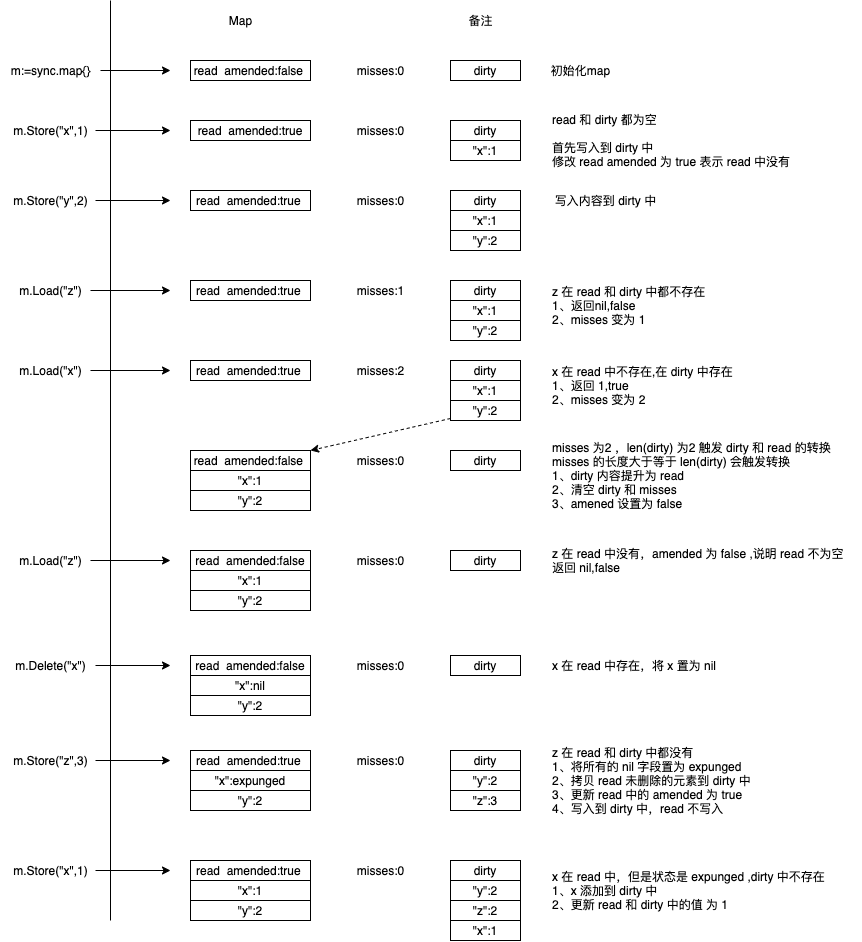
This is img/golang/go-sync-map-diagram.png from boilingfrog/boilingfrog.github.io, a draw.io export, as it was before one commit. Source tidied: cells renumbered, new cells last; positions are measured from the earlier drawing's top-left corner, leaving out a move shared by most shapes.
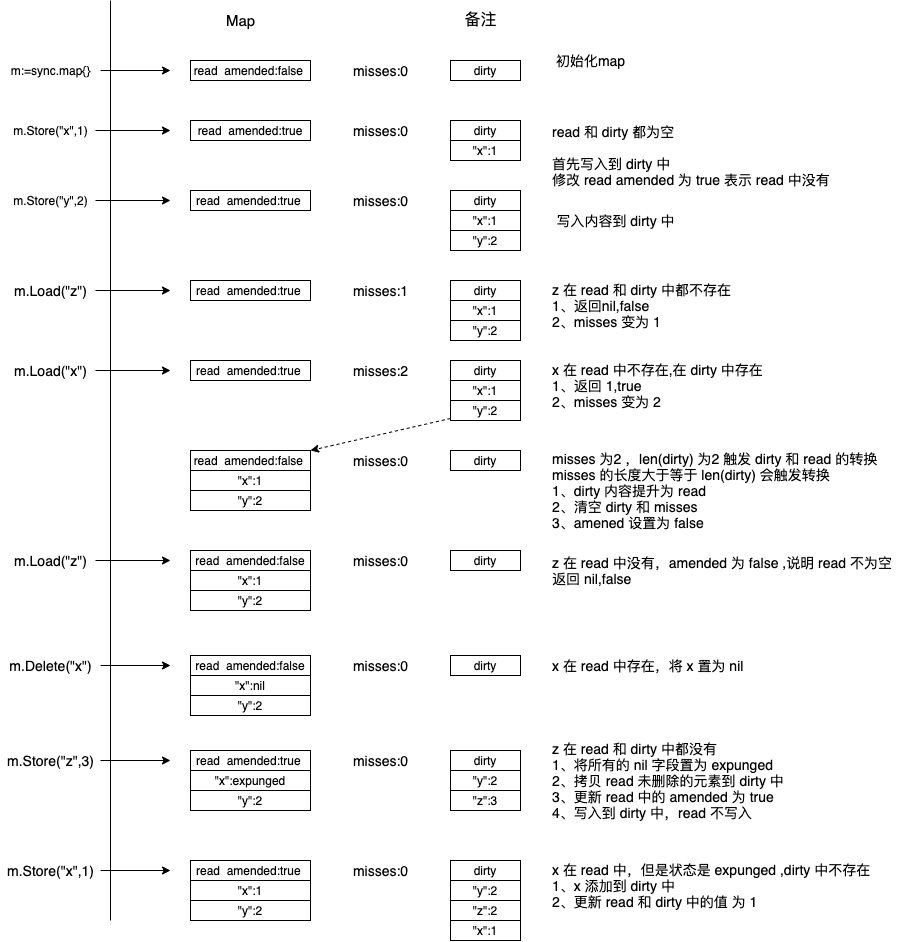
After the commit.

Commit message:
feat: go 中的 sync.Map 源码刨铣

What changed in the source:
```diff
@@ -10,7 +10,7 @@
     </mxCell>
-    <mxCell id="3" value="Map" style="text;html=1;align=center;verticalAlign=middle;strokeColor=none;fillColor=none;" parent="1" vertex="1">
+    <mxCell id="3" value="&lt;font style=&quot;font-size: 15px&quot;&gt;Map&lt;/font&gt;" style="text;html=1;align=center;verticalAlign=middle;strokeColor=none;fillColor=none;" parent="1" vertex="1">
       <mxGeometry x="220" y="10" width="40" height="20" as="geometry" />
     </mxCell>
-    <mxCell id="4" value="备注" style="text;html=1;align=center;verticalAlign=middle;strokeColor=none;fillColor=none;" parent="1" vertex="1">
-      <mxGeometry x="460" y="10" width="40" height="20" as="geometry" />
+    <mxCell id="4" value="&lt;font style=&quot;font-size: 16px&quot;&gt;备注&lt;/font&gt;" style="text;html=1;align=center;verticalAlign=middle;strokeColor=none;fillColor=none;" parent="1" vertex="1">
+      <mxGeometry x="455" y="10" width="50" height="20" as="geometry" />
     </mxCell>
@@ -27,4 +27,4 @@
     </mxCell>
-    <mxCell id="8" value="misses:0" style="text;html=1;align=center;verticalAlign=middle;strokeColor=none;fillColor=none;fontSize=12;" parent="1" vertex="1">
-      <mxGeometry x="350" y="60" width="60" height="20" as="geometry" />
+    <mxCell id="8" value="&lt;font style=&quot;font-size: 14px&quot;&gt;misses:0&lt;/font&gt;" style="text;html=1;align=center;verticalAlign=middle;strokeColor=none;fillColor=none;fontSize=12;" parent="1" vertex="1">
+      <mxGeometry x="345" y="60" width="70" height="20" as="geometry" />
     </mxCell>
@@ -44,4 +44,4 @@
     </mxCell>
-    <mxCell id="13" value="misses:0" style="text;html=1;align=center;verticalAlign=middle;strokeColor=none;fillColor=none;fontSize=12;" parent="1" vertex="1">
-      <mxGeometry x="350" y="120" width="60" height="20" as="geometry" />
+    <mxCell id="13" value="&lt;font style=&quot;font-size: 14px&quot;&gt;misses:0&lt;/font&gt;" style="text;html=1;align=center;verticalAlign=middle;strokeColor=none;fillColor=none;fontSize=12;" parent="1" vertex="1">
+      <mxGeometry x="345" y="120" width="70" height="20" as="geometry" />
     </mxCell>
@@ -61,4 +61,4 @@
     </mxCell>
-    <mxCell id="18" value="misses:0" style="text;html=1;align=center;verticalAlign=middle;strokeColor=none;fillColor=none;fontSize=12;" parent="1" vertex="1">
-      <mxGeometry x="350" y="190" width="60" height="20" as="geometry" />
+    <mxCell id="18" value="&lt;font style=&quot;font-size: 14px&quot;&gt;misses:0&lt;/font&gt;" style="text;html=1;align=center;verticalAlign=middle;strokeColor=none;fillColor=none;fontSize=12;" parent="1" vertex="1">
+      <mxGeometry x="345" y="190" width="70" height="20" as="geometry" />
     </mxCell>
@@ -67,7 +67,7 @@
     </mxCell>
-    <mxCell id="20" value="初始化map" style="text;html=1;align=center;verticalAlign=middle;strokeColor=none;fillColor=none;fontSize=12;" parent="1" vertex="1">
-      <mxGeometry x="545" y="60" width="70" height="20" as="geometry" />
+    <mxCell id="20" value="&lt;font style=&quot;font-size: 14px&quot;&gt;初始化map&lt;/font&gt;" style="text;html=1;align=center;verticalAlign=middle;strokeColor=none;fillColor=none;fontSize=12;" parent="1" vertex="1">
+      <mxGeometry x="550" y="50" width="80" height="20" as="geometry" />
     </mxCell>
-    <mxCell id="21" value="read 和 dirty 都为空&lt;br&gt;&lt;br&gt;首先写入到 dirty 中&lt;br&gt;修改 read amended 为 true 表示 read 中没有" style="text;html=1;align=left;verticalAlign=middle;strokeColor=none;fillColor=none;fontSize=12;" parent="1" vertex="1">
-      <mxGeometry x="550" y="110" width="250" height="60" as="geometry" />
+    <mxCell id="21" value="&lt;font style=&quot;font-size: 14px&quot;&gt;read 和 dirty 都为空&lt;br&gt;&lt;br&gt;首先写入到 dirty 中&lt;br&gt;修改 read amended 为 true 表示 read 中没有&lt;/font&gt;" style="text;html=1;align=left;verticalAlign=middle;strokeColor=none;fillColor=none;fontSize=12;" parent="1" vertex="1">
+      <mxGeometry x="550" y="120" width="290" height="70" as="geometry" />
     </mxCell>
@@ -82,4 +82,4 @@
     </mxCell>
-    <mxCell id="25" value="写入内容到 dirty 中" style="text;html=1;align=center;verticalAlign=middle;strokeColor=none;fillColor=none;fontSize=12;" parent="1" vertex="1">
-      <mxGeometry x="545" y="190" width="120" height="20" as="geometry" />
+    <mxCell id="25" value="&lt;font style=&quot;font-size: 14px&quot;&gt;写入内容到 dirty 中&lt;/font&gt;" style="text;html=1;align=center;verticalAlign=middle;strokeColor=none;fillColor=none;fontSize=12;" parent="1" vertex="1">
+      <mxGeometry x="550" y="210" width="130" height="20" as="geometry" />
     </mxCell>
@@ -90,4 +90,4 @@
     </mxCell>
-    <mxCell id="27" value="m.Load(&quot;z&quot;)" style="text;html=1;align=center;verticalAlign=middle;points=[];strokeColor=none;fillColor=none;" parent="1" vertex="1">
-      <mxGeometry x="10" y="280" width="80" height="20" as="geometry" />
+    <mxCell id="27" value="&lt;font style=&quot;font-size: 14px&quot;&gt;m.Load(&quot;z&quot;)&lt;/font&gt;" style="text;html=1;align=center;verticalAlign=middle;points=[];strokeColor=none;fillColor=none;" parent="1" vertex="1">
+      <mxGeometry x="5" y="280" width="90" height="20" as="geometry" />
     </mxCell>
@@ -96,4 +96,4 @@
     </mxCell>
-    <mxCell id="29" value="misses:1" style="text;html=1;align=center;verticalAlign=middle;strokeColor=none;fillColor=none;fontSize=12;" parent="1" vertex="1">
-      <mxGeometry x="350" y="280" width="60" height="20" as="geometry" />
+    <mxCell id="29" value="&lt;font style=&quot;font-size: 14px&quot;&gt;misses:1&lt;/font&gt;" style="text;html=1;align=center;verticalAlign=middle;strokeColor=none;fillColor=none;fontSize=12;" parent="1" vertex="1">
+      <mxGeometry x="345" y="280" width="70" height="20" as="geometry" />
     </mxCell>
@@ -108,4 +108,4 @@
     </mxCell>
-    <mxCell id="33" value="z 在 read 和 dirty 中都不存在&amp;nbsp;&lt;br&gt;1、返回nil,false&lt;br&gt;2、misses 变为 1" style="text;html=1;align=left;verticalAlign=middle;strokeColor=none;fillColor=none;fontSize=12;" parent="1" vertex="1">
-      <mxGeometry x="550" y="280" width="170" height="50" as="geometry" />
+    <mxCell id="33" value="&lt;font style=&quot;font-size: 14px&quot;&gt;z 在 read 和 dirty 中都不存在&amp;nbsp;&lt;br&gt;1、返回nil,false&lt;br&gt;2、misses 变为 1&lt;/font&gt;" style="text;html=1;align=left;verticalAlign=middle;strokeColor=none;fillColor=none;fontSize=12;" parent="1" vertex="1">
+      <mxGeometry x="550" y="280" width="200" height="50" as="geometry" />
     </mxCell>
@@ -116,4 +116,4 @@
     </mxCell>
-    <mxCell id="35" value="m.Load(&quot;x&quot;)" style="text;html=1;align=center;verticalAlign=middle;points=[];strokeColor=none;fillColor=none;" parent="1" vertex="1">
-      <mxGeometry x="10" y="360" width="80" height="20" as="geometry" />
+    <mxCell id="35" value="&lt;font style=&quot;font-size: 14px&quot;&gt;m.Load(&quot;x&quot;)&lt;/font&gt;" style="text;html=1;align=center;verticalAlign=middle;points=[];strokeColor=none;fillColor=none;" parent="1" vertex="1">
+      <mxGeometry x="5" y="360" width="90" height="20" as="geometry" />
     </mxCell>
@@ -122,4 +122,4 @@
     </mxCell>
-    <mxCell id="37" value="misses:2" style="text;html=1;align=center;verticalAlign=middle;strokeColor=none;fillColor=none;fontSize=12;" parent="1" vertex="1">
-      <mxGeometry x="350" y="360" width="60" height="20" as="geometry" />
+    <mxCell id="37" value="&lt;font style=&quot;font-size: 14px&quot;&gt;misses:2&lt;/font&gt;" style="text;html=1;align=center;verticalAlign=middle;strokeColor=none;fillColor=none;fontSize=12;" parent="1" vertex="1">
+      <mxGeometry x="345" y="360" width="70" height="20" as="geometry" />
     </mxCell>
@@ -137,4 +137,4 @@
     </mxCell>
-    <mxCell id="42" value="x 在 read 中不存在,在 dirty 中存在&amp;nbsp;&lt;br&gt;1、返回 1,true&lt;br&gt;2、misses 变为 2" style="text;html=1;align=left;verticalAlign=middle;strokeColor=none;fillColor=none;fontSize=12;" parent="1" vertex="1">
-      <mxGeometry x="550" y="360" width="200" height="50" as="geometry" />
+    <mxCell id="42" value="&lt;font style=&quot;font-size: 14px&quot;&gt;x 在 read 中不存在,在 dirty 中存在&amp;nbsp;&lt;br&gt;1、返回 1,true&lt;br&gt;2、misses 变为 2&lt;/font&gt;" style="text;html=1;align=left;verticalAlign=middle;strokeColor=none;fillColor=none;fontSize=12;" parent="1" vertex="1">
+      <mxGeometry x="550" y="360" width="230" height="50" as="geometry" />
     </mxCell>
@@ -143,4 +143,4 @@
     </mxCell>
-    <mxCell id="44" value="misses:0" style="text;html=1;align=center;verticalAlign=middle;strokeColor=none;fillColor=none;fontSize=12;" parent="1" vertex="1">
-      <mxGeometry x="350" y="450" width="60" height="20" as="geometry" />
+    <mxCell id="44" value="&lt;font style=&quot;font-size: 14px&quot;&gt;misses:0&lt;/font&gt;" style="text;html=1;align=center;verticalAlign=middle;strokeColor=none;fillColor=none;fontSize=12;" parent="1" vertex="1">
+      <mxGeometry x="345" y="450" width="70" height="20" as="geometry" />
     </mxCell>
@@ -149,4 +149,4 @@
     </mxCell>
-    <mxCell id="46" value="misses 为2 ，len(dirty) 为2 触发 dirty 和 read 的转换&lt;br&gt;misses 的长度大于等于 len(dirty) 会触发转换&lt;br&gt;1、dirty 内容提升为 read&lt;br&gt;2、清空 dirty 和 misses&amp;nbsp;&lt;br&gt;3、amened 设置为 false" style="text;html=1;align=left;verticalAlign=middle;strokeColor=none;fillColor=none;fontSize=12;" parent="1" vertex="1">
-      <mxGeometry x="550" y="435" width="290" height="80" as="geometry" />
+    <mxCell id="46" value="&lt;font style=&quot;font-size: 14px&quot;&gt;misses 为2 ，len(dirty) 为2 触发 dirty 和 read 的转换&lt;br&gt;misses 的长度大于等于 len(dirty) 会触发转换&lt;br&gt;1、dirty 内容提升为 read&lt;br&gt;2、清空 dirty 和 misses&amp;nbsp;&lt;br&gt;3、amened 设置为 false&lt;/font&gt;" style="text;html=1;align=left;verticalAlign=middle;strokeColor=none;fillColor=none;fontSize=12;" parent="1" vertex="1">
+      <mxGeometry x="550" y="450" width="340" height="80" as="geometry" />
     </mxCell>
@@ -163,4 +163,4 @@
     </mxCell>
-    <mxCell id="50" value="m.Load(&quot;z&quot;)" style="text;html=1;align=center;verticalAlign=middle;points=[];strokeColor=none;fillColor=none;" parent="1" vertex="1">
-      <mxGeometry x="10" y="550" width="80" height="20" as="geometry" />
+    <mxCell id="50" value="&lt;font style=&quot;font-size: 14px&quot;&gt;m.Load(&quot;z&quot;)&lt;/font&gt;" style="text;html=1;align=center;verticalAlign=middle;points=[];strokeColor=none;fillColor=none;" parent="1" vertex="1">
+      <mxGeometry x="5" y="550" width="90" height="20" as="geometry" />
     </mxCell>
@@ -169,4 +169,4 @@
     </mxCell>
-    <mxCell id="52" value="misses:0" style="text;html=1;align=center;verticalAlign=middle;strokeColor=none;fillColor=none;fontSize=12;" parent="1" vertex="1">
-      <mxGeometry x="350" y="550" width="60" height="20" as="geometry" />
+    <mxCell id="52" value="&lt;font style=&quot;font-size: 14px&quot;&gt;misses:0&lt;/font&gt;" style="text;html=1;align=center;verticalAlign=middle;strokeColor=none;fillColor=none;fontSize=12;" parent="1" vertex="1">
+      <mxGeometry x="345" y="550" width="70" height="20" as="geometry" />
     </mxCell>
@@ -175,4 +175,4 @@
     </mxCell>
-    <mxCell id="54" value="z 在 read 中没有，amended 为 false ,说明 read 不为空&lt;br&gt;返回 nil,false" style="text;html=1;align=left;verticalAlign=middle;strokeColor=none;fillColor=none;fontSize=12;" parent="1" vertex="1">
-      <mxGeometry x="550" y="545" width="310" height="30" as="geometry" />
+    <mxCell id="54" value="&lt;font style=&quot;font-size: 14px&quot;&gt;z 在 read 中没有，amended 为 false ,说明 read 不为空&lt;br&gt;返回 nil,false&lt;/font&gt;" style="text;html=1;align=left;verticalAlign=middle;strokeColor=none;fillColor=none;fontSize=12;" parent="1" vertex="1">
+      <mxGeometry x="550" y="550" width="360" height="40" as="geometry" />
     </mxCell>
@@ -189,4 +189,4 @@
     </mxCell>
-    <mxCell id="58" value="m.Delete(&quot;x&quot;)" style="text;html=1;align=center;verticalAlign=middle;points=[];strokeColor=none;fillColor=none;" parent="1" vertex="1">
-      <mxGeometry x="5" y="655" width="90" height="20" as="geometry" />
+    <mxCell id="58" value="&lt;font style=&quot;font-size: 14px&quot;&gt;m.Delete(&quot;x&quot;)&lt;/font&gt;" style="text;html=1;align=center;verticalAlign=middle;points=[];strokeColor=none;fillColor=none;" parent="1" vertex="1">
+      <mxGeometry y="655" width="100" height="20" as="geometry" />
     </mxCell>
@@ -195,4 +195,4 @@
     </mxCell>
-    <mxCell id="60" value="misses:0" style="text;html=1;align=center;verticalAlign=middle;strokeColor=none;fillColor=none;fontSize=12;" parent="1" vertex="1">
-      <mxGeometry x="350" y="655" width="60" height="20" as="geometry" />
+    <mxCell id="60" value="&lt;font style=&quot;font-size: 14px&quot;&gt;misses:0&lt;/font&gt;" style="text;html=1;align=center;verticalAlign=middle;strokeColor=none;fillColor=none;fontSize=12;" parent="1" vertex="1">
+      <mxGeometry x="345" y="655" width="70" height="20" as="geometry" />
     </mxCell>
@@ -201,4 +201,4 @@
     </mxCell>
-    <mxCell id="62" value="x 在 read 中存在，将 x 置为 nil" style="text;html=1;align=left;verticalAlign=middle;strokeColor=none;fillColor=none;fontSize=12;" parent="1" vertex="1">
-      <mxGeometry x="550" y="655" width="180" height="20" as="geometry" />
+    <mxCell id="62" value="&lt;font style=&quot;font-size: 14px&quot;&gt;x 在 read 中存在，将 x 置为 nil&lt;/font&gt;" style="text;html=1;align=left;verticalAlign=middle;strokeColor=none;fillColor=none;fontSize=12;" parent="1" vertex="1">
+      <mxGeometry x="550" y="655" width="210" height="20" as="geometry" />
     </mxCell>
@@ -215,4 +215,4 @@
     </mxCell>
-    <mxCell id="66" value="m.Store(&quot;z&quot;,3)" style="text;html=1;align=center;verticalAlign=middle;points=[];strokeColor=none;fillColor=none;" parent="1" vertex="1">
-      <mxGeometry x="5" y="750" width="90" height="20" as="geometry" />
+    <mxCell id="66" value="&lt;font style=&quot;font-size: 14px&quot;&gt;m.Store(&quot;z&quot;,3)&lt;/font&gt;" style="text;html=1;align=center;verticalAlign=middle;points=[];strokeColor=none;fillColor=none;" parent="1" vertex="1">
+      <mxGeometry y="750" width="100" height="20" as="geometry" />
     </mxCell>
@@ -221,4 +221,4 @@
     </mxCell>
-    <mxCell id="68" value="misses:0" style="text;html=1;align=center;verticalAlign=middle;strokeColor=none;fillColor=none;fontSize=12;" parent="1" vertex="1">
-      <mxGeometry x="350" y="750" width="60" height="20" as="geometry" />
+    <mxCell id="68" value="&lt;font style=&quot;font-size: 14px&quot;&gt;misses:0&lt;/font&gt;" style="text;html=1;align=center;verticalAlign=middle;strokeColor=none;fillColor=none;fontSize=12;" parent="1" vertex="1">
+      <mxGeometry x="345" y="750" width="70" height="20" as="geometry" />
     </mxCell>
@@ -233,4 +233,4 @@
     </mxCell>
-    <mxCell id="72" value="z 在 read 和 dirty 中都没有&lt;br&gt;1、将所有的 nil 字段置为 expunged&lt;br&gt;2、拷贝 read 未删除的元素到 dirty 中&lt;br&gt;3、更新 read 中的 amended 为 true&lt;br&gt;4、写入到 dirty 中，read 不写入&lt;br&gt;" style="text;html=1;align=left;verticalAlign=middle;strokeColor=none;fillColor=none;fontSize=12;" parent="1" vertex="1">
-      <mxGeometry x="550" y="740" width="210" height="80" as="geometry" />
+    <mxCell id="72" value="&lt;font style=&quot;font-size: 14px&quot;&gt;z 在 read 和 dirty 中都没有&lt;br&gt;1、将所有的 nil 字段置为 expunged&lt;br&gt;2、拷贝 read 未删除的元素到 dirty 中&lt;br&gt;3、更新 read 中的 amended 为 true&lt;br&gt;4、写入到 dirty 中，read 不写入&lt;/font&gt;" style="text;html=1;align=left;verticalAlign=middle;strokeColor=none;fillColor=none;fontSize=12;" parent="1" vertex="1">
+      <mxGeometry x="550" y="740" width="250" height="80" as="geometry" />
     </mxCell>
@@ -247,4 +247,4 @@
     </mxCell>
-    <mxCell id="76" value="m.Store(&quot;x&quot;,1)" style="text;html=1;align=center;verticalAlign=middle;points=[];strokeColor=none;fillColor=none;" parent="1" vertex="1">
-      <mxGeometry x="5" y="860" width="90" height="20" as="geometry" />
+    <mxCell id="76" value="&lt;font style=&quot;font-size: 14px&quot;&gt;m.Store(&quot;x&quot;,1)&lt;/font&gt;" style="text;html=1;align=center;verticalAlign=middle;points=[];strokeColor=none;fillColor=none;" parent="1" vertex="1">
+      <mxGeometry y="860" width="100" height="20" as="geometry" />
     </mxCell>
@@ -253,4 +253,4 @@
     </mxCell>
-    <mxCell id="78" value="misses:0" style="text;html=1;align=center;verticalAlign=middle;strokeColor=none;fillColor=none;fontSize=12;" parent="1" vertex="1">
-      <mxGeometry x="350" y="860" width="60" height="20" as="geometry" />
+    <mxCell id="78" value="&lt;font style=&quot;font-size: 14px&quot;&gt;misses:0&lt;/font&gt;" style="text;html=1;align=center;verticalAlign=middle;strokeColor=none;fillColor=none;fontSize=12;" parent="1" vertex="1">
+      <mxGeometry x="345" y="860" width="70" height="20" as="geometry" />
     </mxCell>
@@ -265,4 +265,4 @@
     </mxCell>
-    <mxCell id="82" value="x 在 read 中，但是状态是 expunged ,dirty 中不存在&lt;br&gt;1、x 添加到 dirty 中&lt;br&gt;2、更新 read 和 dirty 中的值 为 1" style="text;html=1;align=left;verticalAlign=middle;strokeColor=none;fillColor=none;fontSize=12;" parent="1" vertex="1">
-      <mxGeometry x="550" y="865" width="290" height="50" as="geometry" />
+    <mxCell id="82" value="&lt;font style=&quot;font-size: 14px&quot;&gt;x 在 read 中，但是状态是 expunged ,dirty 中不存在&lt;br&gt;1、x 添加到 dirty 中&lt;br&gt;2、更新 read 和 dirty 中的值 为 1&lt;/font&gt;" style="text;html=1;align=left;verticalAlign=middle;strokeColor=none;fillColor=none;fontSize=12;" parent="1" vertex="1">
+      <mxGeometry x="550" y="860" width="330" height="50" as="geometry" />
     </mxCell>
```
